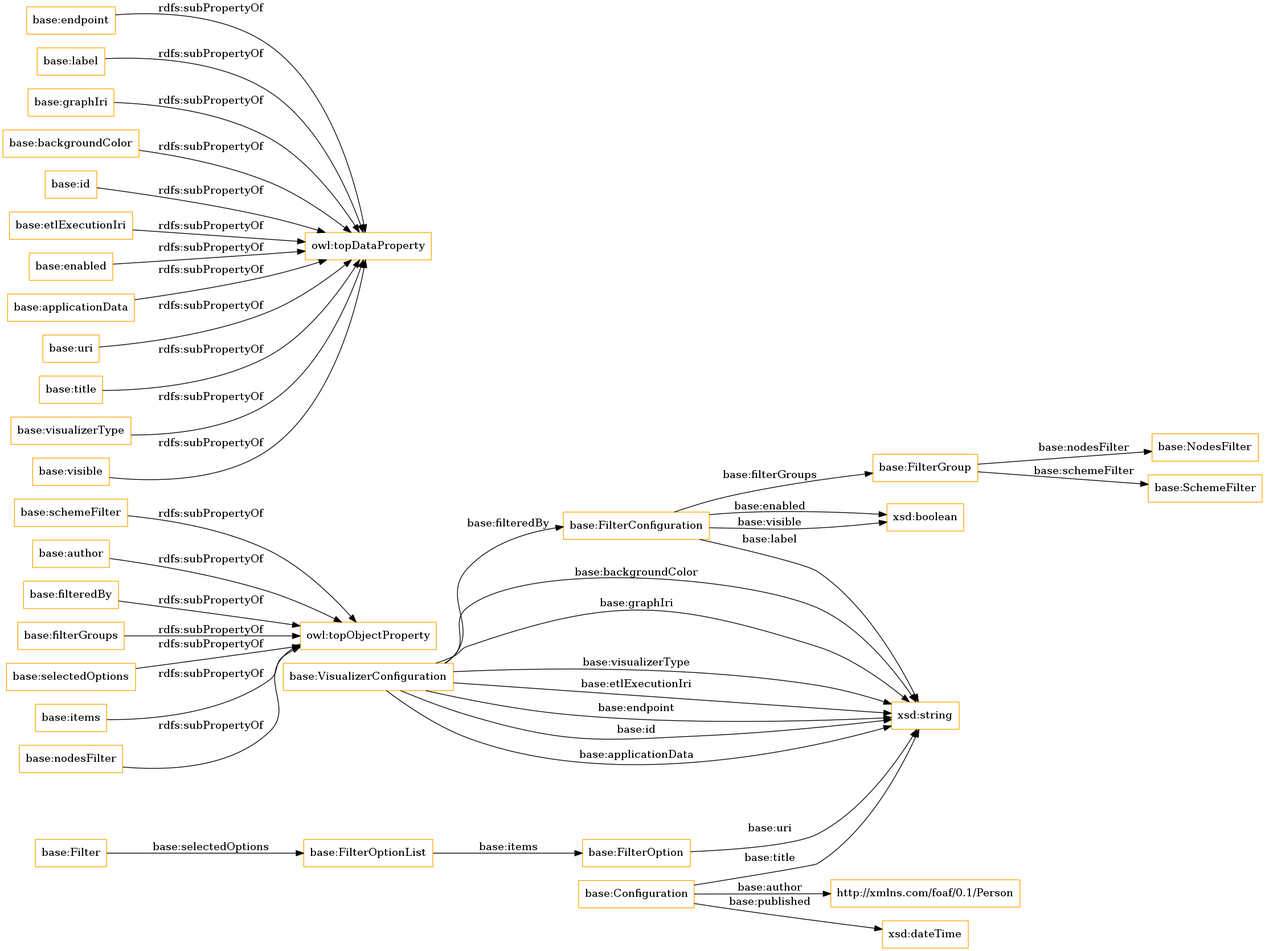
Earlier version of the Graphviz export OnToology/lpapps.owl/diagrams/ar2dtool-class/lpapps.owl.png (OnToologyUser/linkedpipes_applications_ontology). Its source is kept beside it as OnToology/lpapps.owl/diagrams/ar2dtool-class/lpapps.owl.png.dot.
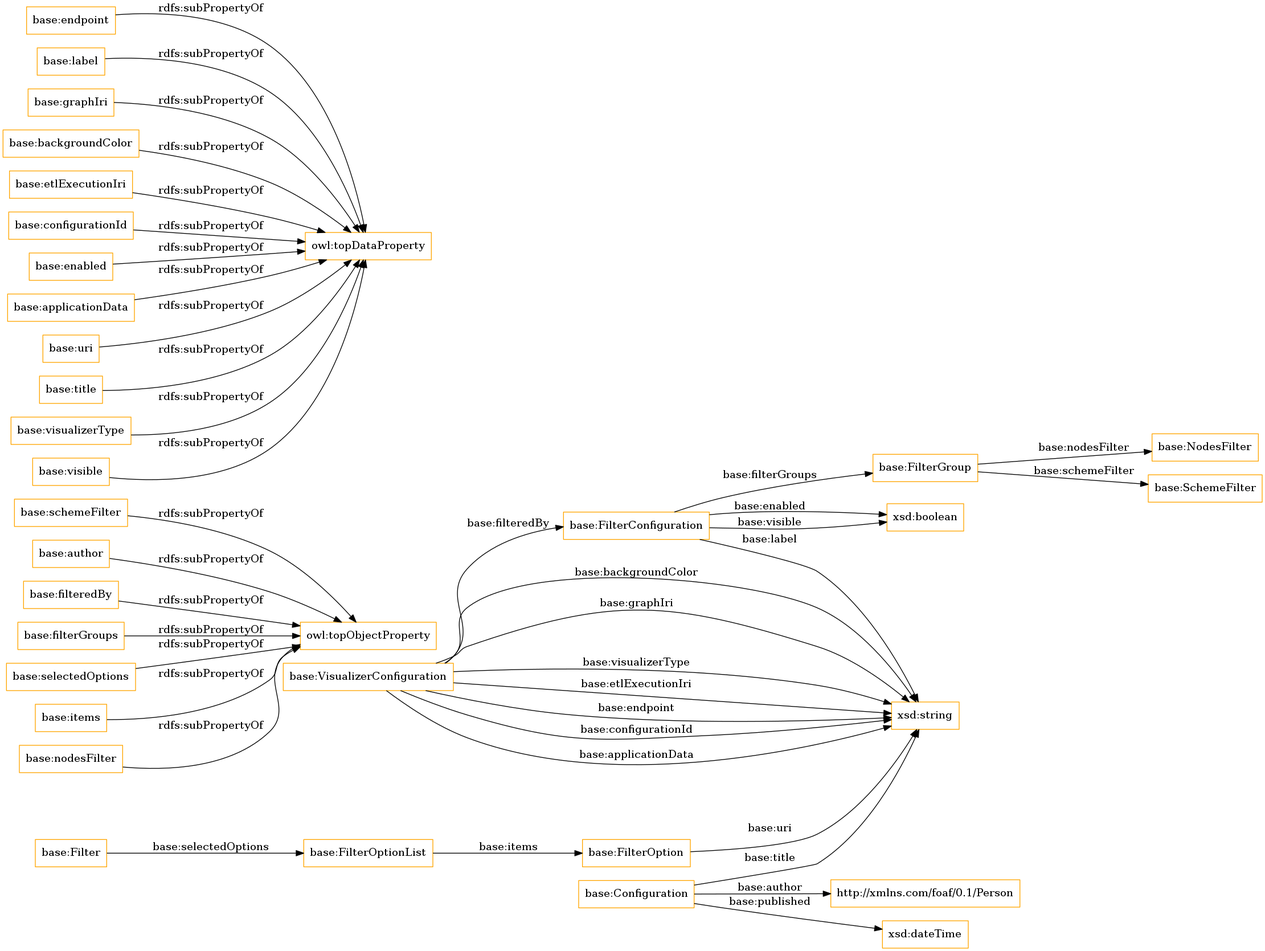
After the change.

Change to the diagram source:
```diff
@@ -11,9 +11,9 @@
 	"base:filterGroups" -> "owl:topObjectProperty" [ label = "rdfs:subPropertyOf" ];
 	"base:selectedOptions" -> "owl:topObjectProperty" [ label = "rdfs:subPropertyOf" ];
 	"base:backgroundColor" -> "owl:topDataProperty" [ label = "rdfs:subPropertyOf" ];
-	"base:id" -> "owl:topDataProperty" [ label = "rdfs:subPropertyOf" ];
 	"base:etlExecutionIri" -> "owl:topDataProperty" [ label = "rdfs:subPropertyOf" ];
 	"base:items" -> "owl:topObjectProperty" [ label = "rdfs:subPropertyOf" ];
+	"base:configurationId" -> "owl:topDataProperty" [ label = "rdfs:subPropertyOf" ];
 	"base:enabled" -> "owl:topDataProperty" [ label = "rdfs:subPropertyOf" ];
 	"base:applicationData" -> "owl:topDataProperty" [ label = "rdfs:subPropertyOf" ];
 	"base:nodesFilter" -> "owl:topObjectProperty" [ label = "rdfs:subPropertyOf" ];
@@ -35,7 +35,7 @@
 	"base:VisualizerConfiguration" -> "xsd:string" [ label = "base:etlExecutionIri" ];
 	"base:FilterConfiguration" -> "xsd:string" [ label = "base:label" ];
 	"base:VisualizerConfiguration" -> "xsd:string" [ label = "base:endpoint" ];
-	"base:VisualizerConfiguration" -> "xsd:string" [ label = "base:id" ];
+	"base:VisualizerConfiguration" -> "xsd:string" [ label = "base:configurationId" ];
 	"base:Filter" -> "base:FilterOptionList" [ label = "base:selectedOptions" ];
 	"base:VisualizerConfiguration" -> "xsd:string" [ label = "base:applicationData" ];
 	"base:Configuration" -> "http://xmlns.com/foaf/0.1/Person" [ label = "base:author" ];
```
